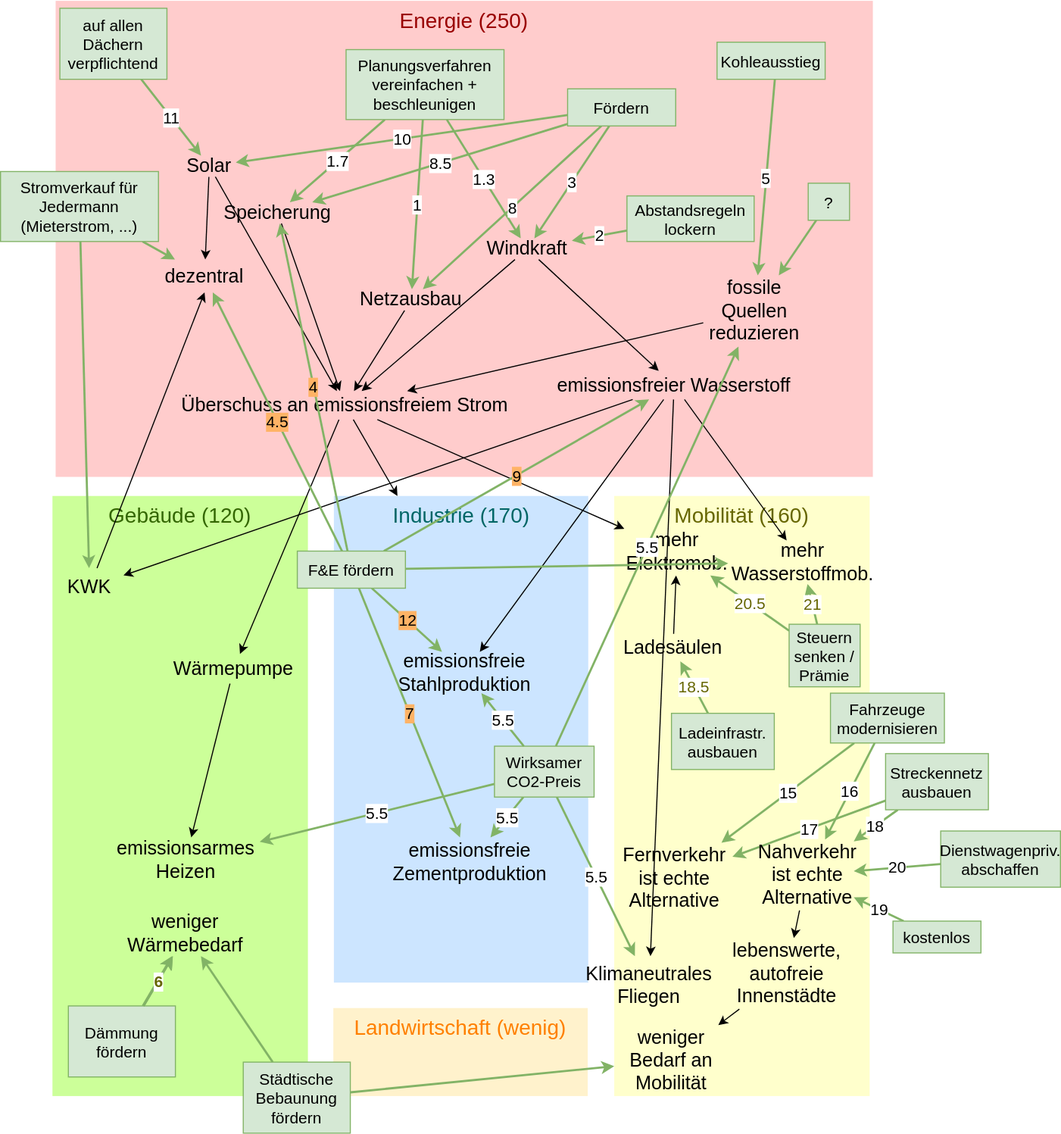
neustartklima/ich-kann-klima keeps this draw.io diagram as documents/happyPath.drawio.svg. Above is the earlier version. Source tidied: cells renumbered, new cells last; positions are measured from the earlier drawing's top-left corner, leaving out a move shared by most shapes.
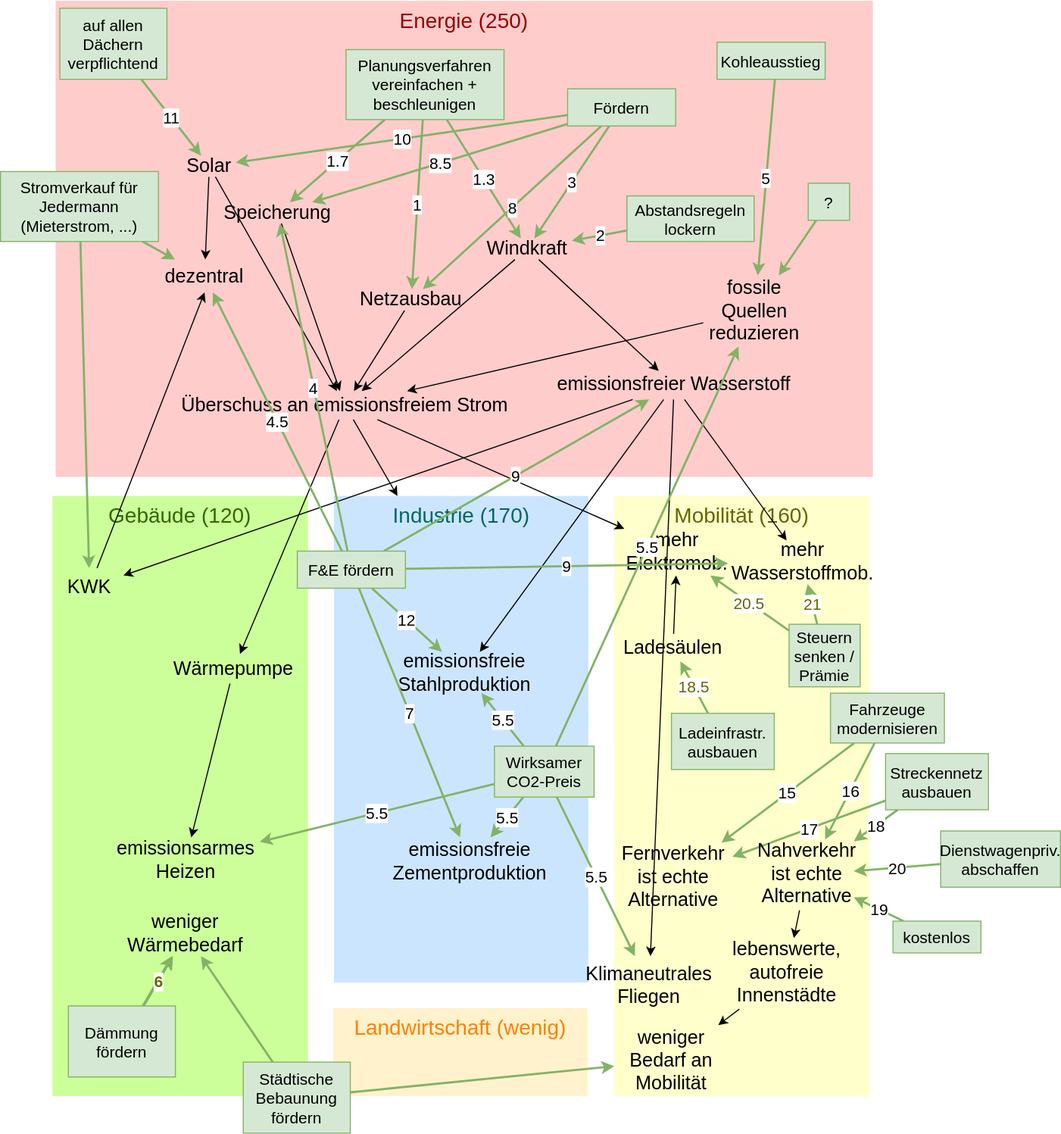
The same file after the commit.

Change to the diagram source:
```diff
@@ -95,7 +95,7 @@
     <mxCell id="32" value="8.5" style="edgeStyle=none;rounded=0;jettySize=auto;html=1;fontSize=15;strokeColor=#82B366;strokeWidth=2;labelBackgroundColor=#ffffff;" parent="1" edge="1" source="102" target="26">
       <mxGeometry relative="1" as="geometry" />
     </mxCell>
-    <mxCell id="33" value="9" style="edgeStyle=none;rounded=0;jettySize=auto;html=1;fontSize=15;strokeColor=#82B366;strokeWidth=2;labelBackgroundColor=#FFB366;" parent="1" edge="1" source="89" target="13">
+    <mxCell id="33" value="9" style="edgeStyle=none;rounded=0;jettySize=auto;html=1;fontSize=15;strokeColor=#82B366;strokeWidth=2;labelBackgroundColor=#ffffff;" parent="1" edge="1" source="89" target="13">
       <mxGeometry relative="1" as="geometry" />
     </mxCell>
     <mxCell id="34" value="Abstandsregeln lockern" style="text;html=1;align=center;verticalAlign=middle;whiteSpace=wrap;rounded=0;fontSize=15;perimeterSpacing=0;fillColor=#d5e8d4;strokeColor=#82B366;" parent="1" vertex="1">
@@ -248,19 +248,19 @@
     <mxCell id="83" value="Stromverkauf für Jedermann (Mieterstrom, ...)" style="text;html=1;align=center;verticalAlign=middle;whiteSpace=wrap;rounded=0;fontSize=15;perimeterSpacing=0;fillColor=#d5e8d4;strokeColor=#82B366;" parent="1" vertex="1">
       <mxGeometry y="161" width="149" height="66" as="geometry" />
     </mxCell>
-    <mxCell id="84" value="4" style="edgeStyle=none;rounded=0;jettySize=auto;html=1;startArrow=none;startFill=0;endArrow=classic;endFill=1;strokeWidth=2;strokeColor=#82B366;labelBackgroundColor=#FFB366;fontSize=15;" parent="1" edge="1" source="89" target="26">
+    <mxCell id="84" value="4" style="edgeStyle=none;rounded=0;jettySize=auto;html=1;startArrow=none;startFill=0;endArrow=classic;endFill=1;strokeWidth=2;strokeColor=#82B366;labelBackgroundColor=#FFFFFF;fontSize=15;" parent="1" edge="1" source="89" target="26">
       <mxGeometry relative="1" as="geometry" />
     </mxCell>
-    <mxCell id="85" value="4.5" style="edgeStyle=none;rounded=0;jettySize=auto;html=1;startArrow=none;startFill=0;endArrow=classic;endFill=1;strokeColor=#82B366;strokeWidth=2;labelBackgroundColor=#FFB366;fontSize=15;" parent="1" edge="1" source="89" target="80">
+    <mxCell id="85" value="4.5" style="edgeStyle=none;rounded=0;jettySize=auto;html=1;startArrow=none;startFill=0;endArrow=classic;endFill=1;strokeColor=#82B366;strokeWidth=2;labelBackgroundColor=#ffffff;fontSize=15;" parent="1" edge="1" source="89" target="80">
       <mxGeometry relative="1" as="geometry" />
     </mxCell>
-    <mxCell id="86" value="12" style="edgeStyle=none;rounded=0;jettySize=auto;html=1;startArrow=none;startFill=0;endArrow=classic;endFill=1;strokeColor=#82B366;strokeWidth=2;labelBackgroundColor=#FFB366;fontSize=15;fontStyle=0;" parent="1" edge="1" source="89" target="73">
+    <mxCell id="86" value="12" style="edgeStyle=none;rounded=0;jettySize=auto;html=1;startArrow=none;startFill=0;endArrow=classic;endFill=1;strokeColor=#82B366;strokeWidth=2;labelBackgroundColor=#ffffff;fontSize=15;fontStyle=0;" parent="1" edge="1" source="89" target="73">
       <mxGeometry relative="1" as="geometry" />
     </mxCell>
-    <mxCell id="87" value="7" style="edgeStyle=none;rounded=0;jettySize=auto;html=1;startArrow=none;startFill=0;endArrow=classic;endFill=1;strokeColor=#82B366;strokeWidth=2;labelBackgroundColor=#FFB366;fontSize=15;fontStyle=0;" parent="1" edge="1" source="89" target="74">
+    <mxCell id="87" value="7" style="edgeStyle=none;rounded=0;jettySize=auto;html=1;startArrow=none;startFill=0;endArrow=classic;endFill=1;strokeColor=#82B366;strokeWidth=2;labelBackgroundColor=#ffffff;fontSize=15;fontStyle=0;" parent="1" edge="1" source="89" target="74">
       <mxGeometry relative="1" as="geometry" />
     </mxCell>
-    <mxCell id="88" style="edgeStyle=none;rounded=0;jettySize=auto;html=1;labelBackgroundColor=#FFB366;fontSize=15;fontColor=#000000;startArrow=none;startFill=0;endArrow=classic;endFill=1;strokeColor=#82B366;strokeWidth=2;" parent="1" edge="1" source="89" target="64">
+    <mxCell id="88" value="9" style="edgeStyle=none;rounded=0;jettySize=auto;html=1;labelBackgroundColor=#ffffff;fontSize=15;fontColor=#000000;startArrow=none;startFill=0;endArrow=classic;endFill=1;strokeColor=#82B366;strokeWidth=2;" parent="1" edge="1" source="89" target="64">
       <mxGeometry relative="1" as="geometry" />
     </mxCell>
     <mxCell id="89" value="F&amp;amp;E fördern" style="text;html=1;align=center;verticalAlign=middle;whiteSpace=wrap;rounded=0;fontSize=15;perimeterSpacing=0;fillColor=#d5e8d4;strokeColor=#82b366;" parent="1" vertex="1">
```
